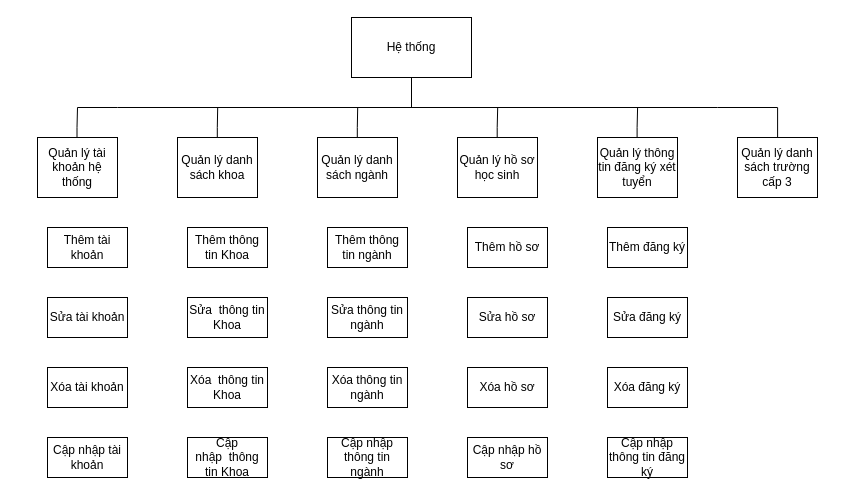
Above: page "Biểu đồ phân cấp chức năng" (2 of 2) of 1. Bao Cao/DATN.drawio in truongquangkhai99/TrinhVanTu_DATN (draw.io), before the change. Source tidied: cells renumbered, new cells numbered last; positions are measured from the earlier drawing's top-left corner, leaving out a move shared by most shapes. Both pictures are drawn from the tidied source at 100%, with x=0, y=0 at pixel (37, 17).
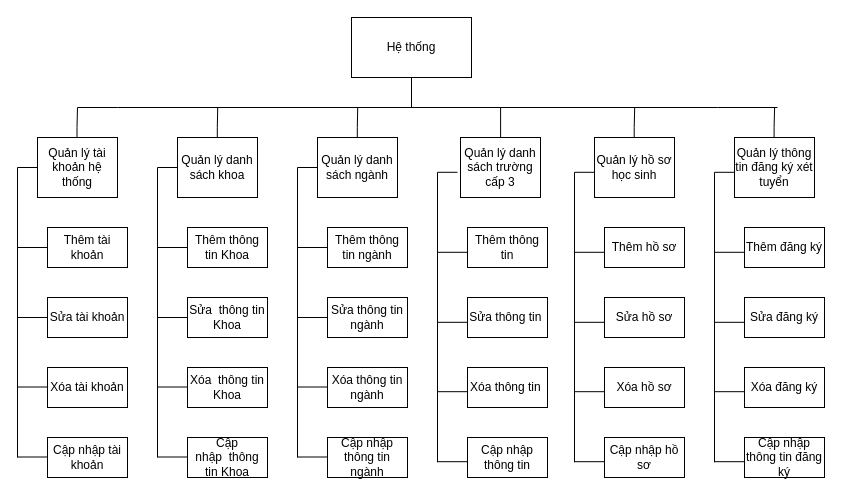
After the change.

The change refers to these unchanged cells:
```xml
<mxCell id="3" value="Quản lý tài khoản hệ thống" style="rounded=0;whiteSpace=wrap;html=1;" parent="1" vertex="1">
  <mxGeometry y="120" width="80" height="60" as="geometry" />
</mxCell>
<mxCell id="17" value="Thêm tài khoản" style="rounded=0;whiteSpace=wrap;html=1;" parent="1" vertex="1">
  <mxGeometry x="10" y="210" width="80" height="40" as="geometry" />
</mxCell>
<mxCell id="18" value="Sửa tài khoản" style="rounded=0;whiteSpace=wrap;html=1;" parent="1" vertex="1">
  <mxGeometry x="10" y="280" width="80" height="40" as="geometry" />
</mxCell>
```

Diff of the diagram source:
```diff
@@
     <mxCell id="6" value="Quản lý hồ sơ học sinh" style="rounded=0;whiteSpace=wrap;html=1;" parent="1" vertex="1">
-      <mxGeometry x="420" y="120" width="80" height="60" as="geometry" />
+      <mxGeometry x="557" y="120" width="80" height="60" as="geometry" />
     </mxCell>
     <mxCell id="7" value="Quản lý danh sách trường cấp 3" style="rounded=0;whiteSpace=wrap;html=1;" parent="1" vertex="1">
-      <mxGeometry x="700" y="120" width="80" height="60" as="geometry" />
+      <mxGeometry x="423" y="120" width="80" height="60" as="geometry" />
     </mxCell>
     <mxCell id="8" value="Quản lý thông tin đăng ký xét tuyển" style="rounded=0;whiteSpace=wrap;html=1;" parent="1" vertex="1">
-      <mxGeometry x="560" y="120" width="80" height="60" as="geometry" />
+      <mxGeometry x="697" y="120" width="80" height="60" as="geometry" />
     </mxCell>
@@
     <mxCell id="14" style="endArrow=none;html=1;rounded=0;edgeStyle=orthogonalEdgeStyle;" parent="1" edge="1">
       <mxGeometry relative="1" as="geometry">
-        <mxPoint x="459.7" y="120" as="sourcePoint" />
-        <mxPoint x="460.2" y="90" as="targetPoint" />
+        <mxPoint x="596.7" y="120" as="sourcePoint" />
+        <mxPoint x="597.2" y="90" as="targetPoint" />
         <Array as="points">
-          <mxPoint x="460.2" y="110" />
-          <mxPoint x="460.2" y="110" />
+          <mxPoint x="597.2" y="110" />
+          <mxPoint x="597.2" y="110" />
         </Array>
       </mxGeometry>
     </mxCell>
     <mxCell id="15" style="endArrow=none;html=1;rounded=0;edgeStyle=orthogonalEdgeStyle;" parent="1" edge="1">
       <mxGeometry relative="1" as="geometry">
-        <mxPoint x="599.6" y="120" as="sourcePoint" />
-        <mxPoint x="600.1" y="90" as="targetPoint" />
+        <mxPoint x="736.6" y="120" as="sourcePoint" />
+        <mxPoint x="737.1" y="90" as="targetPoint" />
         <Array as="points">
-          <mxPoint x="600.1" y="110" />
-          <mxPoint x="600.1" y="110" />
+          <mxPoint x="737.1" y="110" />
+          <mxPoint x="737.1" y="110" />
         </Array>
       </mxGeometry>
     </mxCell>
     <mxCell id="16" style="endArrow=none;html=1;rounded=0;edgeStyle=orthogonalEdgeStyle;" parent="1" edge="1">
       <mxGeometry relative="1" as="geometry">
-        <mxPoint x="739.6" y="120" as="sourcePoint" />
-        <mxPoint x="740.1" y="90" as="targetPoint" />
+        <mxPoint x="462.6" y="120" as="sourcePoint" />
+        <mxPoint x="463.1" y="90" as="targetPoint" />
         <Array as="points">
-          <mxPoint x="740" y="90" />
+          <mxPoint x="463" y="90" />
         </Array>
       </mxGeometry>
     </mxCell>
@@
     <mxCell id="29" value="Thêm hồ sơ" style="rounded=0;whiteSpace=wrap;html=1;" parent="1" vertex="1">
-      <mxGeometry x="430" y="210" width="80" height="40" as="geometry" />
+      <mxGeometry x="567" y="210" width="80" height="40" as="geometry" />
     </mxCell>
     <mxCell id="30" value="Sửa hồ sơ" style="rounded=0;whiteSpace=wrap;html=1;" parent="1" vertex="1">
-      <mxGeometry x="430" y="280" width="80" height="40" as="geometry" />
+      <mxGeometry x="567" y="280" width="80" height="40" as="geometry" />
     </mxCell>
     <mxCell id="31" value="Cập nhập hồ sơ" style="rounded=0;whiteSpace=wrap;html=1;" parent="1" vertex="1">
-      <mxGeometry x="430" y="420" width="80" height="40" as="geometry" />
+      <mxGeometry x="567" y="420" width="80" height="40" as="geometry" />
     </mxCell>
     <mxCell id="32" value="Xóa hồ sơ" style="rounded=0;whiteSpace=wrap;html=1;" parent="1" vertex="1">
-      <mxGeometry x="430" y="350" width="80" height="40" as="geometry" />
+      <mxGeometry x="567" y="350" width="80" height="40" as="geometry" />
     </mxCell>
     <mxCell id="33" value="Thêm đăng ký" style="rounded=0;whiteSpace=wrap;html=1;" parent="1" vertex="1">
-      <mxGeometry x="570" y="210" width="80" height="40" as="geometry" />
+      <mxGeometry x="707" y="210" width="80" height="40" as="geometry" />
     </mxCell>
     <mxCell id="34" value="Sửa đăng ký" style="rounded=0;whiteSpace=wrap;html=1;" parent="1" vertex="1">
-      <mxGeometry x="570" y="280" width="80" height="40" as="geometry" />
+      <mxGeometry x="707" y="280" width="80" height="40" as="geometry" />
     </mxCell>
     <mxCell id="35" value="Cập nhập thông tin đăng ký" style="rounded=0;whiteSpace=wrap;html=1;" parent="1" vertex="1">
-      <mxGeometry x="570" y="420" width="80" height="40" as="geometry" />
+      <mxGeometry x="707" y="420" width="80" height="40" as="geometry" />
     </mxCell>
     <mxCell id="36" value="Xóa đăng ký" style="rounded=0;whiteSpace=wrap;html=1;" parent="1" vertex="1">
-      <mxGeometry x="570" y="350" width="80" height="40" as="geometry" />
+      <mxGeometry x="707" y="350" width="80" height="40" as="geometry" />
     </mxCell>
+    <mxCell id="37" value="Thêm thông tin" style="rounded=0;whiteSpace=wrap;html=1;" parent="1" vertex="1">
+      <mxGeometry x="430" y="210" width="80" height="40" as="geometry" />
+    </mxCell>
+    <mxCell id="38" value="Sửa thông tin&amp;nbsp;" style="rounded=0;whiteSpace=wrap;html=1;" parent="1" vertex="1">
+      <mxGeometry x="430" y="280" width="80" height="40" as="geometry" />
+    </mxCell>
+    <mxCell id="39" value="Cập nhập thông tin" style="rounded=0;whiteSpace=wrap;html=1;" parent="1" vertex="1">
+      <mxGeometry x="430" y="420" width="80" height="40" as="geometry" />
+    </mxCell>
+    <mxCell id="40" value="Xóa thông tin&amp;nbsp;" style="rounded=0;whiteSpace=wrap;html=1;" parent="1" vertex="1">
+      <mxGeometry x="430" y="350" width="80" height="40" as="geometry" />
+    </mxCell>
+    <mxCell id="41" style="endArrow=none;html=1;rounded=0;edgeStyle=orthogonalEdgeStyle;entryX=0;entryY=0.5;entryDx=0;entryDy=0;" parent="1" edge="1" target="3">
+      <mxGeometry relative="1" as="geometry">
+        <mxPoint x="-20" y="440" as="sourcePoint" />
+        <Array as="points">
+          <mxPoint x="-20" y="440" />
+          <mxPoint x="-20" y="150" />
+        </Array>
+      </mxGeometry>
+    </mxCell>
+    <mxCell id="42" style="endArrow=none;html=1;rounded=0;exitX=0;exitY=0.5;exitDx=0;exitDy=0;" parent="1" edge="1" source="17">
+      <mxGeometry relative="1" as="geometry">
+        <mxPoint x="-20" y="230" as="targetPoint" />
+      </mxGeometry>
+    </mxCell>
+    <mxCell id="43" style="endArrow=none;html=1;rounded=0;entryX=0;entryY=0.5;entryDx=0;entryDy=0;" parent="1" edge="1" target="18">
+      <mxGeometry relative="1" as="geometry">
+        <mxPoint x="-20" y="300" as="sourcePoint" />
+      </mxGeometry>
+    </mxCell>
+    <mxCell id="44" style="endArrow=none;html=1;rounded=0;exitX=0;exitY=0.5;exitDx=0;exitDy=0;" parent="1" edge="1">
+      <mxGeometry relative="1" as="geometry">
+        <mxPoint x="10" y="369.5" as="sourcePoint" />
+        <mxPoint x="-20" y="369.5" as="targetPoint" />
+      </mxGeometry>
+    </mxCell>
+    <mxCell id="45" style="endArrow=none;html=1;rounded=0;exitX=0;exitY=0.5;exitDx=0;exitDy=0;" parent="1" edge="1">
+      <mxGeometry relative="1" as="geometry">
+        <mxPoint x="10" y="439.5" as="sourcePoint" />
+        <mxPoint x="-20" y="439.5" as="targetPoint" />
+      </mxGeometry>
+    </mxCell>
+    <mxCell id="46" style="endArrow=none;html=1;rounded=0;edgeStyle=orthogonalEdgeStyle;entryX=0;entryY=0.5;entryDx=0;entryDy=0;" parent="1" edge="1">
+      <mxGeometry relative="1" as="geometry">
+        <mxPoint x="120" y="440" as="sourcePoint" />
+        <mxPoint x="140" y="150" as="targetPoint" />
+        <Array as="points">
+          <mxPoint x="120" y="440" />
+          <mxPoint x="120" y="150" />
+        </Array>
+      </mxGeometry>
+    </mxCell>
+    <mxCell id="47" style="endArrow=none;html=1;rounded=0;exitX=0;exitY=0.5;exitDx=0;exitDy=0;" parent="1" edge="1">
+      <mxGeometry relative="1" as="geometry">
+        <mxPoint x="150" y="230" as="sourcePoint" />
+        <mxPoint x="120" y="230" as="targetPoint" />
+      </mxGeometry>
+    </mxCell>
+    <mxCell id="48" style="endArrow=none;html=1;rounded=0;entryX=0;entryY=0.5;entryDx=0;entryDy=0;" parent="1" edge="1">
+      <mxGeometry relative="1" as="geometry">
+        <mxPoint x="120" y="300" as="sourcePoint" />
+        <mxPoint x="150" y="300" as="targetPoint" />
+      </mxGeometry>
+    </mxCell>
+    <mxCell id="49" style="endArrow=none;html=1;rounded=0;exitX=0;exitY=0.5;exitDx=0;exitDy=0;" parent="1" edge="1">
+      <mxGeometry relative="1" as="geometry">
+        <mxPoint x="150" y="369.5" as="sourcePoint" />
+        <mxPoint x="120" y="369.5" as="targetPoint" />
+      </mxGeometry>
+    </mxCell>
+    <mxCell id="50" style="endArrow=none;html=1;rounded=0;exitX=0;exitY=0.5;exitDx=0;exitDy=0;" parent="1" edge="1">
+      <mxGeometry relative="1" as="geometry">
+        <mxPoint x="150" y="439.5" as="sourcePoint" />
+        <mxPoint x="120" y="439.5" as="targetPoint" />
+      </mxGeometry>
+    </mxCell>
+    <mxCell id="51" style="endArrow=none;html=1;rounded=0;edgeStyle=orthogonalEdgeStyle;entryX=0;entryY=0.5;entryDx=0;entryDy=0;" parent="1" edge="1">
+      <mxGeometry relative="1" as="geometry">
+        <mxPoint x="260" y="440" as="sourcePoint" />
+        <mxPoint x="280" y="150" as="targetPoint" />
+        <Array as="points">
+          <mxPoint x="260" y="440" />
+          <mxPoint x="260" y="150" />
+        </Array>
+      </mxGeometry>
+    </mxCell>
+    <mxCell id="52" style="endArrow=none;html=1;rounded=0;exitX=0;exitY=0.5;exitDx=0;exitDy=0;" parent="1" edge="1">
+      <mxGeometry relative="1" as="geometry">
+        <mxPoint x="290" y="230" as="sourcePoint" />
+        <mxPoint x="260" y="230" as="targetPoint" />
+      </mxGeometry>
+    </mxCell>
+    <mxCell id="53" style="endArrow=none;html=1;rounded=0;entryX=0;entryY=0.5;entryDx=0;entryDy=0;" parent="1" edge="1">
+      <mxGeometry relative="1" as="geometry">
+        <mxPoint x="260" y="300" as="sourcePoint" />
+        <mxPoint x="290" y="300" as="targetPoint" />
+      </mxGeometry>
+    </mxCell>
+    <mxCell id="54" style="endArrow=none;html=1;rounded=0;exitX=0;exitY=0.5;exitDx=0;exitDy=0;" parent="1" edge="1">
+      <mxGeometry relative="1" as="geometry">
+        <mxPoint x="290" y="369.5" as="sourcePoint" />
+        <mxPoint x="260" y="369.5" as="targetPoint" />
+      </mxGeometry>
+    </mxCell>
+    <mxCell id="55" style="endArrow=none;html=1;rounded=0;exitX=0;exitY=0.5;exitDx=0;exitDy=0;" parent="1" edge="1">
+      <mxGeometry relative="1" as="geometry">
+        <mxPoint x="290" y="439.5" as="sourcePoint" />
+        <mxPoint x="260" y="439.5" as="targetPoint" />
+      </mxGeometry>
+    </mxCell>
+    <mxCell id="56" style="endArrow=none;html=1;rounded=0;edgeStyle=orthogonalEdgeStyle;entryX=0;entryY=0.5;entryDx=0;entryDy=0;" parent="1" edge="1">
+      <mxGeometry relative="1" as="geometry">
+        <mxPoint x="537" y="444.8" as="sourcePoint" />
+        <mxPoint x="557" y="154.8" as="targetPoint" />
+        <Array as="points">
+          <mxPoint x="537" y="444.8" />
+          <mxPoint x="537" y="154.8" />
+        </Array>
+      </mxGeometry>
+    </mxCell>
+    <mxCell id="57" style="endArrow=none;html=1;rounded=0;exitX=0;exitY=0.5;exitDx=0;exitDy=0;" parent="1" edge="1">
+      <mxGeometry relative="1" as="geometry">
+        <mxPoint x="567" y="234.8" as="sourcePoint" />
+        <mxPoint x="537" y="234.8" as="targetPoint" />
+      </mxGeometry>
+    </mxCell>
+    <mxCell id="58" style="endArrow=none;html=1;rounded=0;entryX=0;entryY=0.5;entryDx=0;entryDy=0;" parent="1" edge="1">
+      <mxGeometry relative="1" as="geometry">
+        <mxPoint x="537" y="304.8" as="sourcePoint" />
+        <mxPoint x="567" y="304.8" as="targetPoint" />
+      </mxGeometry>
+    </mxCell>
+    <mxCell id="59" style="endArrow=none;html=1;rounded=0;exitX=0;exitY=0.5;exitDx=0;exitDy=0;" parent="1" edge="1">
+      <mxGeometry relative="1" as="geometry">
+        <mxPoint x="567" y="374.2" as="sourcePoint" />
+        <mxPoint x="537" y="374.2" as="targetPoint" />
+      </mxGeometry>
+    </mxCell>
+    <mxCell id="60" style="endArrow=none;html=1;rounded=0;exitX=0;exitY=0.5;exitDx=0;exitDy=0;" parent="1" edge="1">
+      <mxGeometry relative="1" as="geometry">
+        <mxPoint x="567" y="444.2" as="sourcePoint" />
+        <mxPoint x="537" y="444.2" as="targetPoint" />
+      </mxGeometry>
+    </mxCell>
+    <mxCell id="61" style="endArrow=none;html=1;rounded=0;edgeStyle=orthogonalEdgeStyle;entryX=0;entryY=0.5;entryDx=0;entryDy=0;" parent="1" edge="1">
+      <mxGeometry relative="1" as="geometry">
+        <mxPoint x="677" y="444.8" as="sourcePoint" />
+        <mxPoint x="697" y="154.8" as="targetPoint" />
+        <Array as="points">
+          <mxPoint x="677" y="444.8" />
+          <mxPoint x="677" y="154.8" />
+        </Array>
+      </mxGeometry>
+    </mxCell>
+    <mxCell id="62" style="endArrow=none;html=1;rounded=0;exitX=0;exitY=0.5;exitDx=0;exitDy=0;" parent="1" edge="1">
+      <mxGeometry relative="1" as="geometry">
+        <mxPoint x="707" y="234.8" as="sourcePoint" />
+        <mxPoint x="677" y="234.8" as="targetPoint" />
+      </mxGeometry>
+    </mxCell>
+    <mxCell id="63" style="endArrow=none;html=1;rounded=0;entryX=0;entryY=0.5;entryDx=0;entryDy=0;" parent="1" edge="1">
+      <mxGeometry relative="1" as="geometry">
+        <mxPoint x="677" y="304.8" as="sourcePoint" />
+        <mxPoint x="707" y="304.8" as="targetPoint" />
+      </mxGeometry>
+    </mxCell>
+    <mxCell id="64" style="endArrow=none;html=1;rounded=0;exitX=0;exitY=0.5;exitDx=0;exitDy=0;" parent="1" edge="1">
+      <mxGeometry relative="1" as="geometry">
+        <mxPoint x="707" y="374.2" as="sourcePoint" />
+        <mxPoint x="677" y="374.2" as="targetPoint" />
+      </mxGeometry>
+    </mxCell>
+    <mxCell id="65" style="endArrow=none;html=1;rounded=0;exitX=0;exitY=0.5;exitDx=0;exitDy=0;" parent="1" edge="1">
+      <mxGeometry relative="1" as="geometry">
+        <mxPoint x="707" y="444.2" as="sourcePoint" />
+        <mxPoint x="677" y="444.2" as="targetPoint" />
+      </mxGeometry>
+    </mxCell>
+    <mxCell id="66" style="endArrow=none;html=1;rounded=0;edgeStyle=orthogonalEdgeStyle;entryX=0;entryY=0.5;entryDx=0;entryDy=0;" parent="1" edge="1">
+      <mxGeometry relative="1" as="geometry">
+        <mxPoint x="400" y="444.8" as="sourcePoint" />
+        <mxPoint x="420" y="154.8" as="targetPoint" />
+        <Array as="points">
+          <mxPoint x="400" y="444.8" />
+          <mxPoint x="400" y="154.8" />
+        </Array>
+      </mxGeometry>
+    </mxCell>
+    <mxCell id="67" style="endArrow=none;html=1;rounded=0;exitX=0;exitY=0.5;exitDx=0;exitDy=0;" parent="1" edge="1">
+      <mxGeometry relative="1" as="geometry">
+        <mxPoint x="430" y="234.8" as="sourcePoint" />
+        <mxPoint x="400" y="234.8" as="targetPoint" />
+      </mxGeometry>
+    </mxCell>
+    <mxCell id="68" style="endArrow=none;html=1;rounded=0;entryX=0;entryY=0.5;entryDx=0;entryDy=0;" parent="1" edge="1">
+      <mxGeometry relative="1" as="geometry">
+        <mxPoint x="400" y="304.8" as="sourcePoint" />
+        <mxPoint x="430" y="304.8" as="targetPoint" />
+      </mxGeometry>
+    </mxCell>
+    <mxCell id="69" style="endArrow=none;html=1;rounded=0;exitX=0;exitY=0.5;exitDx=0;exitDy=0;" parent="1" edge="1">
+      <mxGeometry relative="1" as="geometry">
+        <mxPoint x="430" y="374.2" as="sourcePoint" />
+        <mxPoint x="400" y="374.2" as="targetPoint" />
+      </mxGeometry>
+    </mxCell>
+    <mxCell id="70" style="endArrow=none;html=1;rounded=0;exitX=0;exitY=0.5;exitDx=0;exitDy=0;" parent="1" edge="1">
+      <mxGeometry relative="1" as="geometry">
+        <mxPoint x="430" y="444.2" as="sourcePoint" />
+        <mxPoint x="400" y="444.2" as="targetPoint" />
+      </mxGeometry>
+    </mxCell>
```
